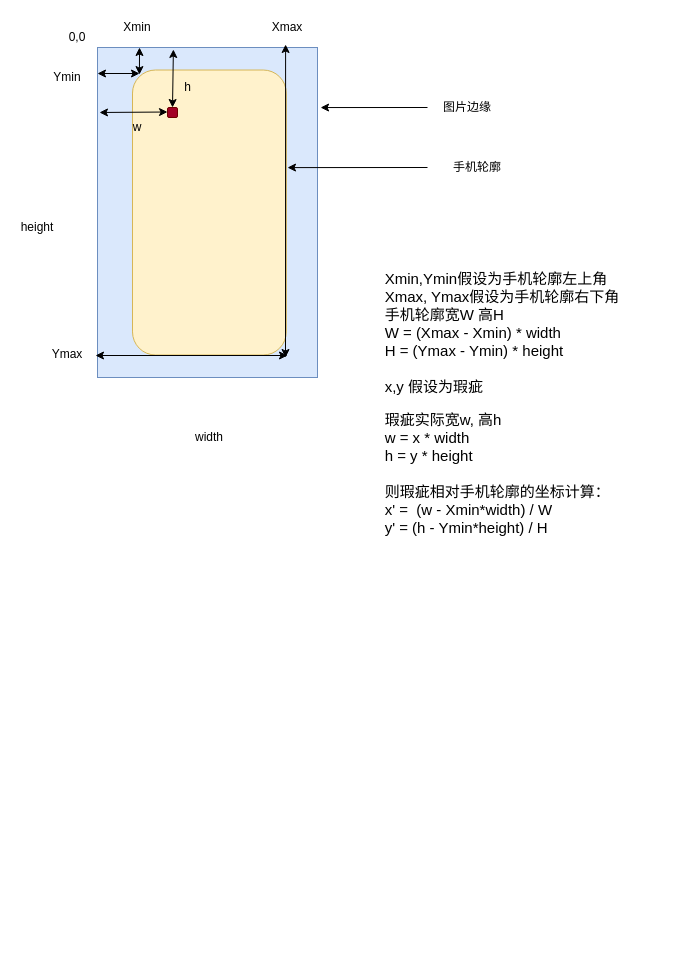
Above: Untitled Diagram.drawio in x-fox/myCanvasLearning (draw.io), before the change. Source tidied: cells renumbered, new cells numbered last; positions are measured from the earlier drawing's top-left corner, leaving out a move shared by most shapes. Both pictures are drawn from the tidied source at 100%, with x=0, y=0 at pixel (17, 17).
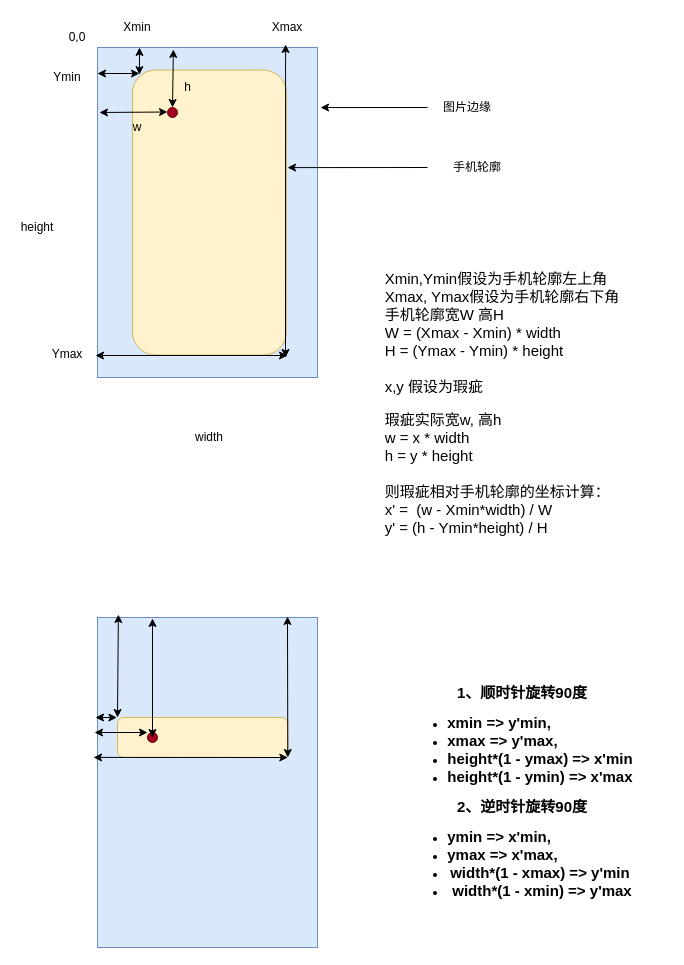
The same page after the edit.

Change to the diagram source:
```diff
@@
-    <mxCell id="8" style="rounded=1;whiteSpace=wrap;html=1;strokeColor=#6F0000;fillColor=#a20025;fontColor=#ffffff;" parent="1" vertex="1">
+    <mxCell id="8" style="rounded=1;whiteSpace=wrap;html=1;strokeColor=#6F0000;fillColor=#a20025;fontColor=#ffffff;arcSize=50;" parent="1" vertex="1">
       <mxGeometry x="150" y="90" width="10" height="10" as="geometry" />
     </mxCell>
@@
+    <mxCell id="25" style="rounded=0;whiteSpace=wrap;html=1;fillColor=#dae8fc;strokeColor=#6c8ebf;" parent="1" vertex="1">
+      <mxGeometry x="80" y="600" width="220" height="330" as="geometry" />
+    </mxCell>
+    <mxCell id="26" style="rounded=1;whiteSpace=wrap;html=1;rotation=0;fillColor=#fff2cc;strokeColor=#d6b656;" parent="1" vertex="1">
+      <mxGeometry x="100" y="700" width="170.3" height="40" as="geometry" />
+    </mxCell>
+    <mxCell id="27" style="endArrow=classic;startArrow=classic;html=1;" parent="1" edge="1">
+      <mxGeometry relative="1" as="geometry">
+        <mxPoint x="78" y="700" as="sourcePoint" />
+        <mxPoint x="99.4" y="700" as="targetPoint" />
+      </mxGeometry>
+    </mxCell>
+    <mxCell id="28" style="endArrow=classic;startArrow=classic;html=1;entryX=0.095;entryY=-0.009;entryDx=0;entryDy=0;entryPerimeter=0;" parent="1" edge="1" target="25">
+      <mxGeometry relative="1" as="geometry">
+        <mxPoint x="100" y="700" as="sourcePoint" />
+      </mxGeometry>
+    </mxCell>
+    <mxCell id="29" style="rounded=1;whiteSpace=wrap;html=1;strokeColor=#6F0000;fillColor=#a20025;fontColor=#ffffff;arcSize=50;" parent="1" vertex="1">
+      <mxGeometry x="130" y="715" width="10" height="10" as="geometry" />
+    </mxCell>
+    <mxCell id="30" style="endArrow=classic;startArrow=classic;html=1;" parent="1" edge="1">
+      <mxGeometry relative="1" as="geometry">
+        <mxPoint x="135" y="720" as="sourcePoint" />
+        <mxPoint x="135" y="601" as="targetPoint" />
+      </mxGeometry>
+    </mxCell>
+    <mxCell id="31" style="endArrow=classic;startArrow=classic;html=1;" parent="1" edge="1">
+      <mxGeometry relative="1" as="geometry">
+        <mxPoint x="77" y="715" as="sourcePoint" />
+        <mxPoint x="130" y="715" as="targetPoint" />
+      </mxGeometry>
+    </mxCell>
+    <mxCell id="32" style="endArrow=classic;startArrow=classic;html=1;" parent="1" edge="1">
+      <mxGeometry relative="1" as="geometry">
+        <mxPoint x="270.3" y="740" as="sourcePoint" />
+        <mxPoint x="270" y="599" as="targetPoint" />
+      </mxGeometry>
+    </mxCell>
+    <mxCell id="33" style="endArrow=classic;startArrow=classic;html=1;exitX=-0.018;exitY=0.424;exitDx=0;exitDy=0;exitPerimeter=0;" parent="1" edge="1" source="25">
+      <mxGeometry relative="1" as="geometry">
+        <mxPoint x="270.3" y="740" as="targetPoint" />
+      </mxGeometry>
+    </mxCell>
+    <mxCell id="34" value="&lt;font&gt;&lt;span style=&quot;font-size: 15px&quot;&gt;&lt;b&gt;1、顺时针旋转90度&lt;/b&gt;&lt;/span&gt;&lt;br&gt;&lt;div style=&quot;text-align: left&quot;&gt;&lt;ul&gt;&lt;li&gt;&lt;font&gt;&lt;div style=&quot;text-align: left&quot;&gt;&lt;span style=&quot;font-size: 15px&quot;&gt;&lt;b&gt;xmin =&amp;gt; y'min,&lt;/b&gt;&lt;/span&gt;&lt;/div&gt;&lt;/font&gt;&lt;/li&gt;&lt;li&gt;&lt;div style=&quot;text-align: left&quot;&gt;&lt;span style=&quot;font-size: 15px&quot;&gt;&lt;b&gt;xmax =&amp;gt; y'max,&lt;/b&gt;&lt;/span&gt;&lt;/div&gt;&lt;/li&gt;&lt;li&gt;&lt;div style=&quot;text-align: left&quot;&gt;&lt;span style=&quot;font-size: 15px&quot;&gt;&lt;b&gt;height*(1 - ymax) =&amp;gt; x'min&amp;nbsp;&lt;/b&gt;&lt;/span&gt;&lt;/div&gt;&lt;/li&gt;&lt;li&gt;&lt;div style=&quot;text-align: left&quot;&gt;&lt;span style=&quot;font-size: 15px&quot;&gt;&lt;b&gt;height*(1 - ymin) =&amp;gt; x'max&lt;/b&gt;&lt;/span&gt;&lt;/div&gt;&lt;/li&gt;&lt;/ul&gt;&lt;/div&gt;&lt;b style=&quot;font-size: 15px&quot;&gt;2、逆时针旋转90度&lt;br&gt;&lt;/b&gt;&lt;div&gt;&lt;ul&gt;&lt;li style=&quot;text-align: left&quot;&gt;&lt;font&gt;&lt;b style=&quot;font-size: 15px&quot;&gt;ymin =&amp;gt; x'min,&lt;/b&gt;&lt;/font&gt;&lt;/li&gt;&lt;li style=&quot;text-align: left&quot;&gt;&lt;b style=&quot;font-size: 15px&quot;&gt;ymax =&amp;gt; x'max,&lt;/b&gt;&lt;/li&gt;&lt;li&gt;&lt;font&gt;&lt;b style=&quot;font-size: 15px&quot;&gt;width*(1 - xmax) =&amp;gt; y'min&amp;nbsp;&lt;/b&gt;&lt;br&gt;&lt;/font&gt;&lt;/li&gt;&lt;li&gt;&lt;font&gt;&lt;b style=&quot;font-size: 15px&quot;&gt;width*(1 - xmin) =&amp;gt; y'max&lt;/b&gt;&lt;br&gt;&lt;/font&gt;&lt;/li&gt;&lt;/ul&gt;&lt;/div&gt;&lt;/font&gt;" style="text;html=1;strokeColor=none;fillColor=none;align=center;verticalAlign=middle;whiteSpace=wrap;rounded=0;" parent="1" vertex="1">
+      <mxGeometry x="360" y="650" width="290" height="260" as="geometry" />
+    </mxCell>
```
